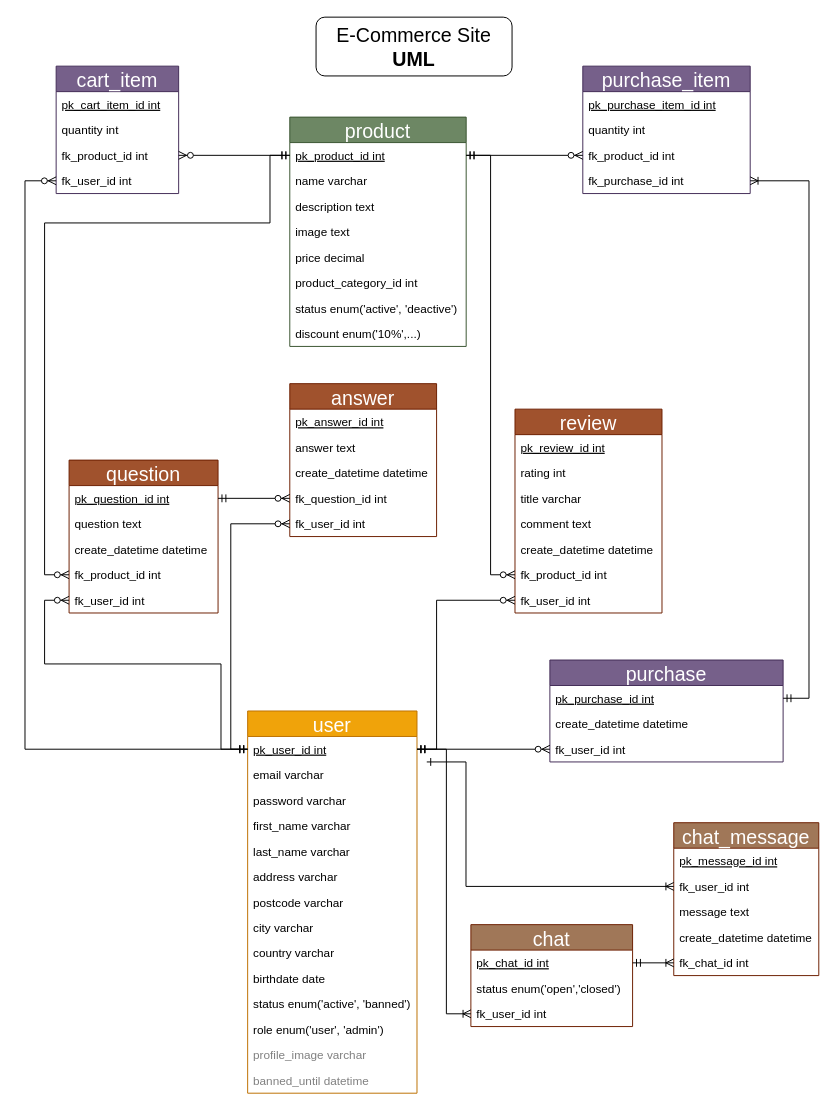
Before: page "3_UML" (4 of 4) of RequirementsAnalysis/db-design_e-commerce.drawio in RichardAlmer/FullStack-Project, a draw.io diagram. Source tidied: cells renumbered, new cells numbered last; positions are measured from the earlier drawing's top-left corner, leaving out a move shared by most shapes. Both pictures are drawn from the tidied source at 98%, with x=0, y=0 at pixel (24, 17).
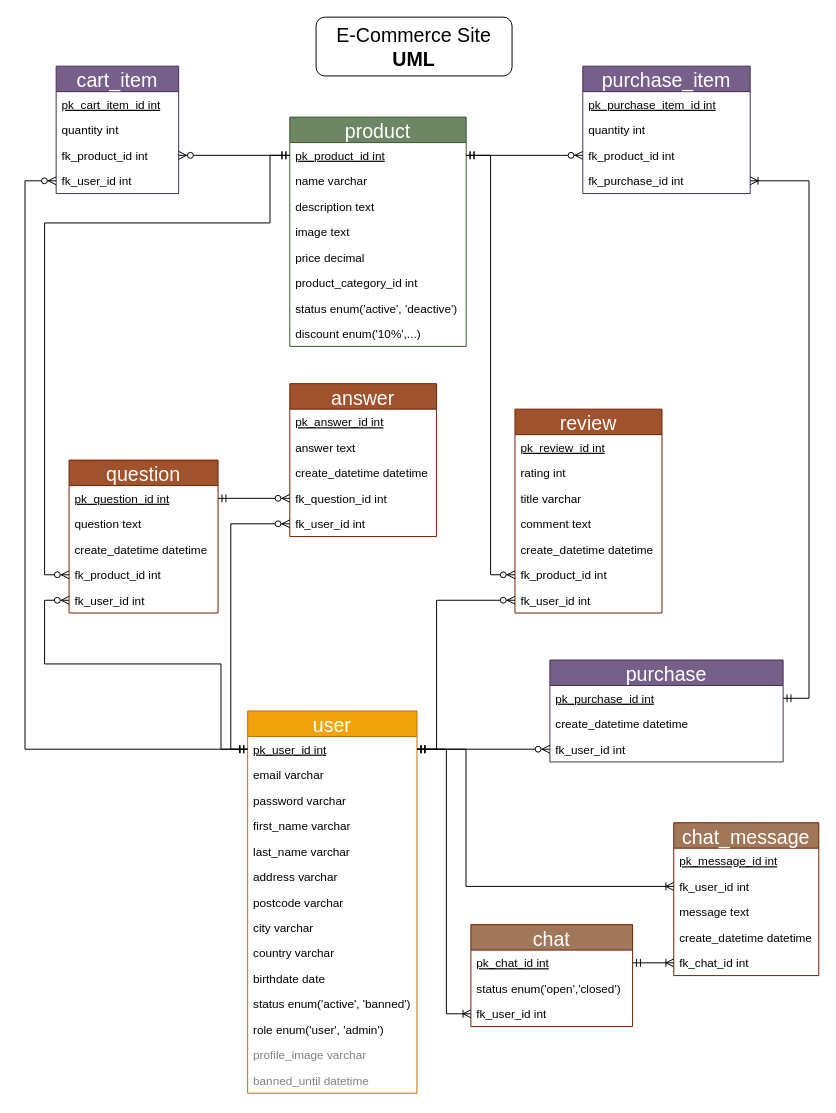
The same page after the edit.

Commit message (it also covers changes not shown here):
db-design finished version

Unchanged cells that the change refers to:
```xml
<mxCell id="3" value="pk_user_id int" style="text;strokeColor=none;fillColor=none;align=left;verticalAlign=top;spacingLeft=4;spacingRight=4;overflow=hidden;points=[[0,0.5],[1,0.5]];portConstraint=eastwest;fontStyle=4;" parent="2" vertex="1">
  <mxGeometry y="26" width="172.8" height="26" as="geometry" />
</mxCell>
<mxCell id="79" value="fk_user_id int" style="text;strokeColor=none;fillColor=none;align=left;verticalAlign=top;spacingLeft=4;spacingRight=4;overflow=hidden;points=[[0,0.5],[1,0.5]];portConstraint=eastwest;" parent="77" vertex="1">
  <mxGeometry y="52" width="148" height="26" as="geometry" />
</mxCell>
```

What changed in the source:
```diff
@@
-    <mxCell id="85" style="edgeStyle=orthogonalEdgeStyle;rounded=0;jettySize=auto;html=1;exitX=0;exitY=0.5;exitDx=0;exitDy=0;startArrow=ERoneToMany;startFill=0;startSize=6;endArrow=ERone;endFill=0;endSize=6;strokeWidth=1;fontSize=14;fontColor=#808080;" parent="1" edge="1" source="79">
+    <mxCell id="85" style="edgeStyle=orthogonalEdgeStyle;rounded=0;jettySize=auto;html=1;exitX=0;exitY=0.5;exitDx=0;exitDy=0;startArrow=ERoneToMany;startFill=0;startSize=6;endArrow=ERmandOne;endFill=0;endSize=6;strokeWidth=1;fontSize=14;fontColor=#808080;entryX=1;entryY=0.5;entryDx=0;entryDy=0;" parent="1" edge="1" source="79" target="3">
       <mxGeometry relative="1" as="geometry">
-        <mxPoint x="410" y="760" as="targetPoint" />
         <Array as="points">
           <mxPoint x="450" y="887" />
-          <mxPoint x="450" y="760" />
+          <mxPoint x="450" y="747" />
         </Array>
       </mxGeometry>
     </mxCell>
```
